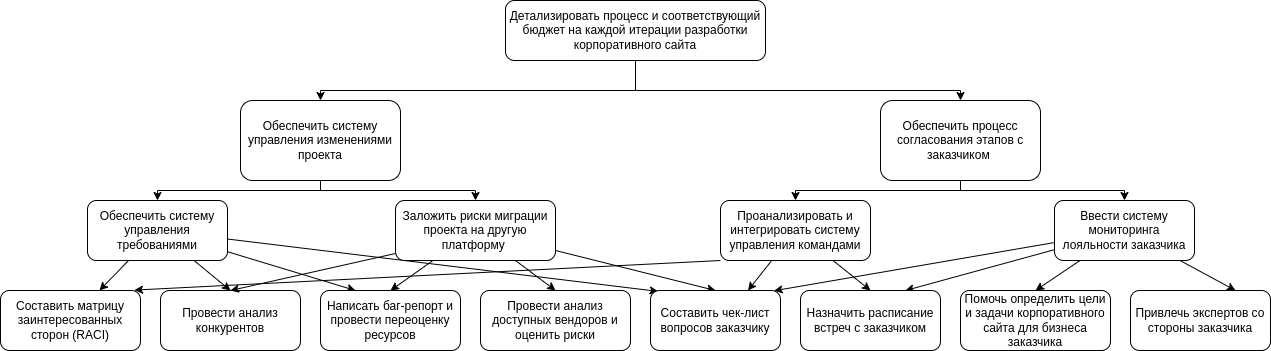
Before: 3 курс/5 семестр/ТСиСА/Курсовая/модели2ч-Дерево целей.drawio.png, a diagram exported from draw.io (Luzinsan/tusur). Source tidied: cells renumbered, new cells last; positions are measured from the earlier drawing's top-left corner, leaving out a move shared by most shapes.
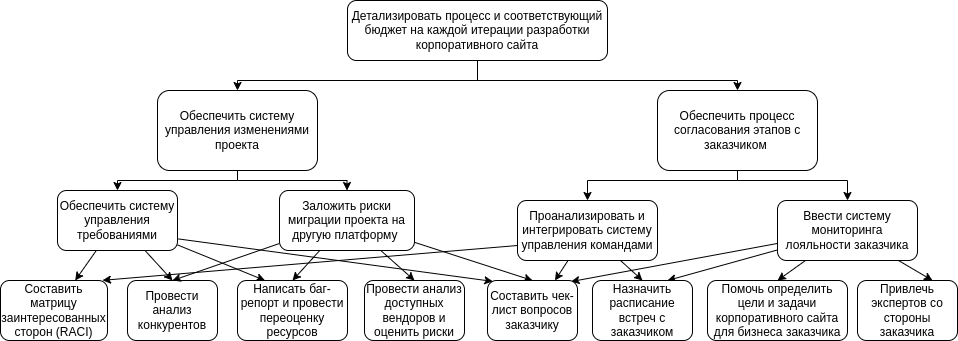
Later version of the same file.

What changed in the source:
```diff
@@ -5,40 +5,40 @@
     <mxCell id="2" style="edgeStyle=orthogonalEdgeStyle;rounded=0;jettySize=auto;html=1;entryX=0.5;entryY=0;entryDx=0;entryDy=0;" parent="1" edge="1" source="4" target="7">
       <mxGeometry relative="1" as="geometry">
         <Array as="points">
-          <mxPoint x="635" y="90" />
-          <mxPoint x="320" y="90" />
+          <mxPoint x="285" y="90" />
+          <mxPoint x="45" y="90" />
         </Array>
       </mxGeometry>
     </mxCell>
     <mxCell id="3" style="edgeStyle=orthogonalEdgeStyle;rounded=0;jettySize=auto;html=1;entryX=0.5;entryY=0;entryDx=0;entryDy=0;" parent="1" edge="1" source="4" target="24">
       <mxGeometry relative="1" as="geometry">
         <Array as="points">
-          <mxPoint x="635" y="90" />
-          <mxPoint x="960" y="90" />
+          <mxPoint x="285" y="90" />
+          <mxPoint x="545" y="90" />
         </Array>
       </mxGeometry>
     </mxCell>
     <mxCell id="4" value="Детализировать процесс и соответствующий бюджет на каждой итерации разработки корпоративного сайта" style="rounded=1;whiteSpace=wrap;html=1;" parent="1" vertex="1">
-      <mxGeometry x="505" width="260" height="60" as="geometry" />
+      <mxGeometry x="155" y="10" width="260" height="60" as="geometry" />
     </mxCell>
-    <mxCell id="5" style="edgeStyle=orthogonalEdgeStyle;rounded=0;jettySize=auto;html=1;entryX=0.5;entryY=0;entryDx=0;entryDy=0;" parent="1" edge="1" source="7" target="12">
+    <mxCell id="5" style="edgeStyle=orthogonalEdgeStyle;rounded=0;jettySize=auto;html=1;entryX=0.5;entryY=0;entryDx=0;entryDy=0;exitX=0.5;exitY=1;exitDx=0;exitDy=0;" parent="1" edge="1" source="7" target="12">
       <mxGeometry relative="1" as="geometry">
         <Array as="points">
-          <mxPoint x="320" y="190" />
-          <mxPoint x="157" y="190" />
+          <mxPoint x="45" y="190" />
+          <mxPoint x="-75" y="190" />
         </Array>
       </mxGeometry>
     </mxCell>
     <mxCell id="6" style="edgeStyle=orthogonalEdgeStyle;rounded=0;jettySize=auto;html=1;entryX=0.5;entryY=0;entryDx=0;entryDy=0;" parent="1" edge="1" source="7" target="19">
       <mxGeometry relative="1" as="geometry">
         <Array as="points">
-          <mxPoint x="320" y="190" />
-          <mxPoint x="475" y="190" />
+          <mxPoint x="45" y="190" />
+          <mxPoint x="155" y="190" />
         </Array>
       </mxGeometry>
     </mxCell>
     <mxCell id="7" value="Обеспечить систему управления изменениями проекта" style="rounded=1;whiteSpace=wrap;html=1;" parent="1" vertex="1">
-      <mxGeometry x="240" y="100" width="160" height="80" as="geometry" />
+      <mxGeometry x="-35" y="100" width="160" height="80" as="geometry" />
     </mxCell>
     <mxCell id="8" style="rounded=0;jettySize=auto;html=1;" parent="1" edge="1" source="12" target="13">
       <mxGeometry relative="1" as="geometry" />
@@ -46,20 +46,20 @@
     <mxCell id="9" style="edgeStyle=none;rounded=0;jettySize=auto;html=1;entryX=0.5;entryY=0;entryDx=0;entryDy=0;" parent="1" edge="1" source="12" target="14">
       <mxGeometry relative="1" as="geometry" />
     </mxCell>
-    <mxCell id="10" style="edgeStyle=none;rounded=0;jettySize=auto;html=1;entryX=0.059;entryY=0.015;entryDx=0;entryDy=0;entryPerimeter=0;" parent="1" edge="1" source="12" target="34">
+    <mxCell id="10" style="edgeStyle=none;rounded=0;jettySize=auto;html=1;entryX=0.059;entryY=0.015;entryDx=0;entryDy=0;entryPerimeter=0;exitX=1.007;exitY=0.807;exitDx=0;exitDy=0;exitPerimeter=0;" parent="1" edge="1" source="12" target="34">
       <mxGeometry relative="1" as="geometry" />
     </mxCell>
     <mxCell id="11" style="edgeStyle=none;rounded=0;jettySize=auto;html=1;entryX=0.25;entryY=0;entryDx=0;entryDy=0;" parent="1" edge="1" source="12" target="20">
       <mxGeometry relative="1" as="geometry" />
     </mxCell>
     <mxCell id="12" value="Обеспечить систему управления требованиями" style="rounded=1;whiteSpace=wrap;html=1;" parent="1" vertex="1">
-      <mxGeometry x="87" y="200" width="140" height="60" as="geometry" />
+      <mxGeometry x="-135" y="200" width="120" height="60" as="geometry" />
     </mxCell>
     <mxCell id="13" value="Составить матрицу заинтересованных сторон (RACI)" style="rounded=1;whiteSpace=wrap;html=1;" parent="1" vertex="1">
-      <mxGeometry y="290" width="140" height="60" as="geometry" />
+      <mxGeometry x="-192" y="290" width="107" height="60" as="geometry" />
     </mxCell>
     <mxCell id="14" value="Провести анализ конкурентов" style="rounded=1;whiteSpace=wrap;html=1;" parent="1" vertex="1">
-      <mxGeometry x="160" y="290" width="140" height="60" as="geometry" />
+      <mxGeometry x="-65" y="290" width="90" height="60" as="geometry" />
     </mxCell>
     <mxCell id="15" style="edgeStyle=none;rounded=0;jettySize=auto;html=1;entryX=0.5;entryY=0;entryDx=0;entryDy=0;" parent="1" edge="1" source="19" target="20">
       <mxGeometry relative="1" as="geometry" />
@@ -74,44 +74,44 @@
       <mxGeometry relative="1" as="geometry" />
     </mxCell>
     <mxCell id="19" value="Заложить риски миграции проекта на другую платформу&amp;nbsp;" style="rounded=1;whiteSpace=wrap;html=1;" parent="1" vertex="1">
-      <mxGeometry x="395" y="200" width="160" height="60" as="geometry" />
+      <mxGeometry x="87" y="200" width="135" height="60" as="geometry" />
     </mxCell>
     <mxCell id="20" value="Написать баг-репорт и провести переоценку ресурсов" style="rounded=1;whiteSpace=wrap;html=1;" parent="1" vertex="1">
-      <mxGeometry x="320" y="290" width="140" height="60" as="geometry" />
+      <mxGeometry x="45" y="290" width="110" height="60" as="geometry" />
     </mxCell>
     <mxCell id="21" value="Провести анализ доступных вендоров и оценить риски" style="rounded=1;whiteSpace=wrap;html=1;" parent="1" vertex="1">
-      <mxGeometry x="480" y="290" width="150" height="60" as="geometry" />
+      <mxGeometry x="172" y="290" width="100" height="60" as="geometry" />
     </mxCell>
-    <mxCell id="22" style="edgeStyle=orthogonalEdgeStyle;rounded=0;jettySize=auto;html=1;entryX=0.5;entryY=0;entryDx=0;entryDy=0;" parent="1" edge="1" source="24" target="28">
+    <mxCell id="22" style="edgeStyle=orthogonalEdgeStyle;rounded=0;jettySize=auto;html=1;entryX=0.5;entryY=0;entryDx=0;entryDy=0;exitX=0.5;exitY=1;exitDx=0;exitDy=0;" parent="1" edge="1" source="24" target="28">
       <mxGeometry relative="1" as="geometry">
         <Array as="points">
-          <mxPoint x="960" y="190" />
-          <mxPoint x="795" y="190" />
+          <mxPoint x="545" y="190" />
+          <mxPoint x="395" y="190" />
         </Array>
       </mxGeometry>
     </mxCell>
     <mxCell id="23" style="edgeStyle=orthogonalEdgeStyle;rounded=0;jettySize=auto;html=1;entryX=0.5;entryY=0;entryDx=0;entryDy=0;" parent="1" edge="1" source="24" target="33">
       <mxGeometry relative="1" as="geometry">
         <Array as="points">
-          <mxPoint x="960" y="190" />
-          <mxPoint x="1124" y="190" />
+          <mxPoint x="545" y="190" />
+          <mxPoint x="655" y="190" />
         </Array>
       </mxGeometry>
     </mxCell>
     <mxCell id="24" value="Обеспечить процесс согласования этапов с заказчиком&amp;nbsp;" style="rounded=1;whiteSpace=wrap;html=1;" parent="1" vertex="1">
-      <mxGeometry x="880" y="100" width="160" height="80" as="geometry" />
+      <mxGeometry x="465" y="100" width="160" height="80" as="geometry" />
     </mxCell>
     <mxCell id="25" style="rounded=0;jettySize=auto;html=1;entryX=0.5;entryY=0;entryDx=0;entryDy=0;" parent="1" edge="1" source="28" target="35">
       <mxGeometry relative="1" as="geometry" />
     </mxCell>
-    <mxCell id="26" style="edgeStyle=none;rounded=0;jettySize=auto;html=1;entryX=0.957;entryY=-0.007;entryDx=0;entryDy=0;exitX=0;exitY=1;exitDx=0;exitDy=0;entryPerimeter=0;" parent="1" edge="1" source="28" target="13">
+    <mxCell id="26" style="edgeStyle=none;rounded=0;jettySize=auto;html=1;entryX=0.953;entryY=-0.003;entryDx=0;entryDy=0;exitX=0;exitY=0.75;exitDx=0;exitDy=0;entryPerimeter=0;" parent="1" edge="1" source="28" target="13">
       <mxGeometry relative="1" as="geometry" />
     </mxCell>
     <mxCell id="27" style="edgeStyle=none;rounded=0;jettySize=auto;html=1;entryX=0.75;entryY=0;entryDx=0;entryDy=0;" parent="1" edge="1" source="28" target="34">
       <mxGeometry relative="1" as="geometry" />
     </mxCell>
     <mxCell id="28" value="Проанализировать и интегрировать систему управления командами" style="rounded=1;whiteSpace=wrap;html=1;" parent="1" vertex="1">
-      <mxGeometry x="720" y="200" width="150" height="60" as="geometry" />
+      <mxGeometry x="325" y="210" width="140" height="60" as="geometry" />
     </mxCell>
     <mxCell id="29" style="edgeStyle=none;rounded=0;jettySize=auto;html=1;entryX=0.75;entryY=0;entryDx=0;entryDy=0;" parent="1" edge="1" source="33" target="37">
       <mxGeometry relative="1" as="geometry" />
@@ -122,23 +122,23 @@
     <mxCell id="31" style="edgeStyle=none;rounded=0;jettySize=auto;html=1;entryX=0.75;entryY=0;entryDx=0;entryDy=0;" parent="1" edge="1" source="33" target="35">
       <mxGeometry relative="1" as="geometry" />
     </mxCell>
-    <mxCell id="32" style="edgeStyle=none;rounded=0;jettySize=auto;html=1;entryX=0.951;entryY=0.004;entryDx=0;entryDy=0;entryPerimeter=0;" parent="1" edge="1" source="33" target="34">
+    <mxCell id="32" style="edgeStyle=none;rounded=0;jettySize=auto;html=1;entryX=0.929;entryY=0.018;entryDx=0;entryDy=0;entryPerimeter=0;" parent="1" edge="1" source="33" target="34">
       <mxGeometry relative="1" as="geometry" />
     </mxCell>
     <mxCell id="33" value="Ввести систему мониторинга лояльности заказчика" style="rounded=1;whiteSpace=wrap;html=1;" parent="1" vertex="1">
-      <mxGeometry x="1054" y="200" width="140" height="60" as="geometry" />
+      <mxGeometry x="585" y="210" width="140" height="60" as="geometry" />
     </mxCell>
     <mxCell id="34" value="Составить чек-лист вопросов заказчику" style="rounded=1;whiteSpace=wrap;html=1;" parent="1" vertex="1">
-      <mxGeometry x="650" y="290" width="130" height="60" as="geometry" />
+      <mxGeometry x="295" y="290" width="90" height="60" as="geometry" />
     </mxCell>
     <mxCell id="35" value="Назначить расписание встреч с заказчиком" style="rounded=1;whiteSpace=wrap;html=1;" parent="1" vertex="1">
-      <mxGeometry x="800" y="290" width="140" height="60" as="geometry" />
+      <mxGeometry x="400" y="290" width="100" height="60" as="geometry" />
     </mxCell>
     <mxCell id="36" value="Помочь определить цели и задачи корпоративного сайта для бизнеса заказчика" style="rounded=1;whiteSpace=wrap;html=1;" parent="1" vertex="1">
-      <mxGeometry x="960" y="290" width="150" height="60" as="geometry" />
+      <mxGeometry x="515" y="290" width="140" height="60" as="geometry" />
     </mxCell>
     <mxCell id="37" value="Привлечь экспертов со стороны заказчика" style="rounded=1;whiteSpace=wrap;html=1;" parent="1" vertex="1">
-      <mxGeometry x="1130" y="290" width="140" height="60" as="geometry" />
+      <mxGeometry x="665" y="290" width="100" height="60" as="geometry" />
     </mxCell>
   </root>
 </mxGraphModel>
```
